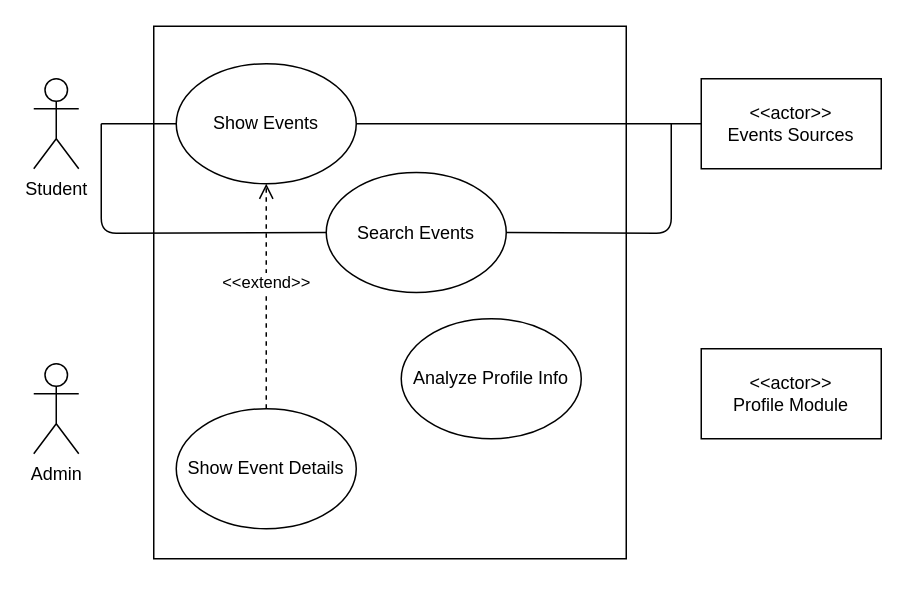
The draw.io diagram Events Use-Case Diagram.drawio in m-bassiri/HamyarApp, before the edit. Source tidied: cells renumbered, new cells numbered last; positions are measured from the earlier drawing's top-left corner, leaving out a move shared by most shapes. Both pictures are drawn from the tidied source at 150%, with x=0, y=0 at pixel (33, 26).
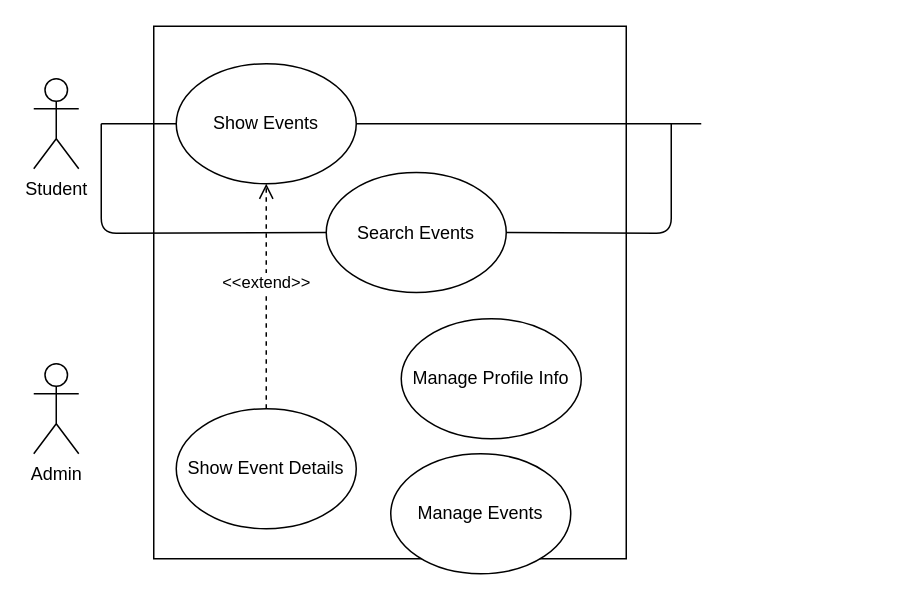
The same diagram, later.

Change to the diagram source:
```diff
@@
 <mxGraphModel>
   <root>
     <mxCell id="0" />
     <mxCell id="1" parent="0" />
     <mxCell id="2" style="rounded=0;whiteSpace=wrap;html=1;" parent="1" vertex="1">
       <mxGeometry x="80" width="315" height="355" as="geometry" />
     </mxCell>
     <mxCell id="3" value="Student&lt;br&gt;" style="shape=umlActor;verticalLabelPosition=bottom;labelBackgroundColor=#ffffff;verticalAlign=top;html=1;" parent="1" vertex="1">
       <mxGeometry y="35" width="30" height="60" as="geometry" />
     </mxCell>
     <mxCell id="4" value="Show Events&lt;br&gt;" style="ellipse;whiteSpace=wrap;html=1;" parent="1" vertex="1">
       <mxGeometry x="95" y="25" width="120" height="80" as="geometry" />
     </mxCell>
     <mxCell id="5" style="endArrow=none;html=1;entryX=0;entryY=0.5;entryDx=0;entryDy=0;" parent="1" edge="1" target="4">
       <mxGeometry relative="1" as="geometry">
         <mxPoint x="45" y="65" as="sourcePoint" />
       </mxGeometry>
     </mxCell>
-    <mxCell id="6" value="&amp;lt;&amp;lt;actor&amp;gt;&amp;gt;&lt;br&gt;Events Sources&lt;br&gt;" style="rounded=0;whiteSpace=wrap;html=1;" parent="1" vertex="1">
-      <mxGeometry x="445" y="35" width="120" height="60" as="geometry" />
-    </mxCell>
-    <mxCell id="7" style="endArrow=none;html=1;entryX=0;entryY=0.5;entryDx=0;entryDy=0;exitX=1;exitY=0.5;exitDx=0;exitDy=0;" parent="1" edge="1" source="4" target="6">
-      <mxGeometry relative="1" as="geometry" />
+    <mxCell id="7" style="endArrow=none;html=1;entryX=0;entryY=0.5;entryDx=0;entryDy=0;exitX=1;exitY=0.5;exitDx=0;exitDy=0;" parent="1" edge="1" source="4">
+      <mxGeometry relative="1" as="geometry">
+        <mxPoint x="445" y="65" as="targetPoint" />
+      </mxGeometry>
     </mxCell>
     <mxCell id="8" value="Search Events&lt;br&gt;" style="ellipse;whiteSpace=wrap;html=1;" parent="1" vertex="1">
       <mxGeometry x="195" y="97.5" width="120" height="80" as="geometry" />
     </mxCell>
     <mxCell id="9" style="endArrow=none;html=1;entryX=0;entryY=0.5;entryDx=0;entryDy=0;" parent="1" edge="1" target="8">
       <mxGeometry relative="1" as="geometry">
         <mxPoint x="45" y="65" as="sourcePoint" />
         <Array as="points">
           <mxPoint x="45" y="138" />
         </Array>
       </mxGeometry>
     </mxCell>
     <mxCell id="10" style="endArrow=none;html=1;exitX=1;exitY=0.5;exitDx=0;exitDy=0;" parent="1" edge="1" source="8">
       <mxGeometry relative="1" as="geometry">
         <mxPoint x="425" y="65" as="targetPoint" />
         <Array as="points">
           <mxPoint x="425" y="138" />
         </Array>
       </mxGeometry>
     </mxCell>
     <mxCell id="11" value="Show Event Details" style="ellipse;whiteSpace=wrap;html=1;" parent="1" vertex="1">
       <mxGeometry x="95" y="255" width="120" height="80" as="geometry" />
     </mxCell>
     <mxCell id="12" value="Admin&lt;br&gt;" style="shape=umlActor;verticalLabelPosition=bottom;labelBackgroundColor=#ffffff;verticalAlign=top;html=1;" parent="1" vertex="1">
       <mxGeometry y="225" width="30" height="60" as="geometry" />
     </mxCell>
     <mxCell id="13" value="&amp;lt;&amp;lt;extend&amp;gt;&amp;gt;&lt;br&gt;" style="html=1;verticalAlign=bottom;endArrow=open;dashed=1;endSize=8;exitX=0.5;exitY=0;exitDx=0;exitDy=0;entryX=0.5;entryY=1;entryDx=0;entryDy=0;" parent="1" edge="1" source="11" target="4">
       <mxGeometry relative="1" as="geometry" />
     </mxCell>
-    <mxCell id="14" value="Analyze Profile Info&lt;br&gt;" style="ellipse;whiteSpace=wrap;html=1;" parent="1" vertex="1">
+    <mxCell id="14" value="Manage Profile Info&lt;br&gt;" style="ellipse;whiteSpace=wrap;html=1;" parent="1" vertex="1">
       <mxGeometry x="245" y="195" width="120" height="80" as="geometry" />
     </mxCell>
-    <mxCell id="15" value="&amp;lt;&amp;lt;actor&amp;gt;&amp;gt;&lt;br&gt;Profile Module&lt;br&gt;" style="rounded=0;whiteSpace=wrap;html=1;" parent="1" vertex="1">
-      <mxGeometry x="445" y="215" width="120" height="60" as="geometry" />
-    </mxCell>
+    <mxCell id="16" value="Manage Events" style="ellipse;whiteSpace=wrap;html=1;" parent="1" vertex="1">
+      <mxGeometry x="238" y="285" width="120" height="80" as="geometry" />
+    </mxCell>
   </root>
 </mxGraphModel>
```
